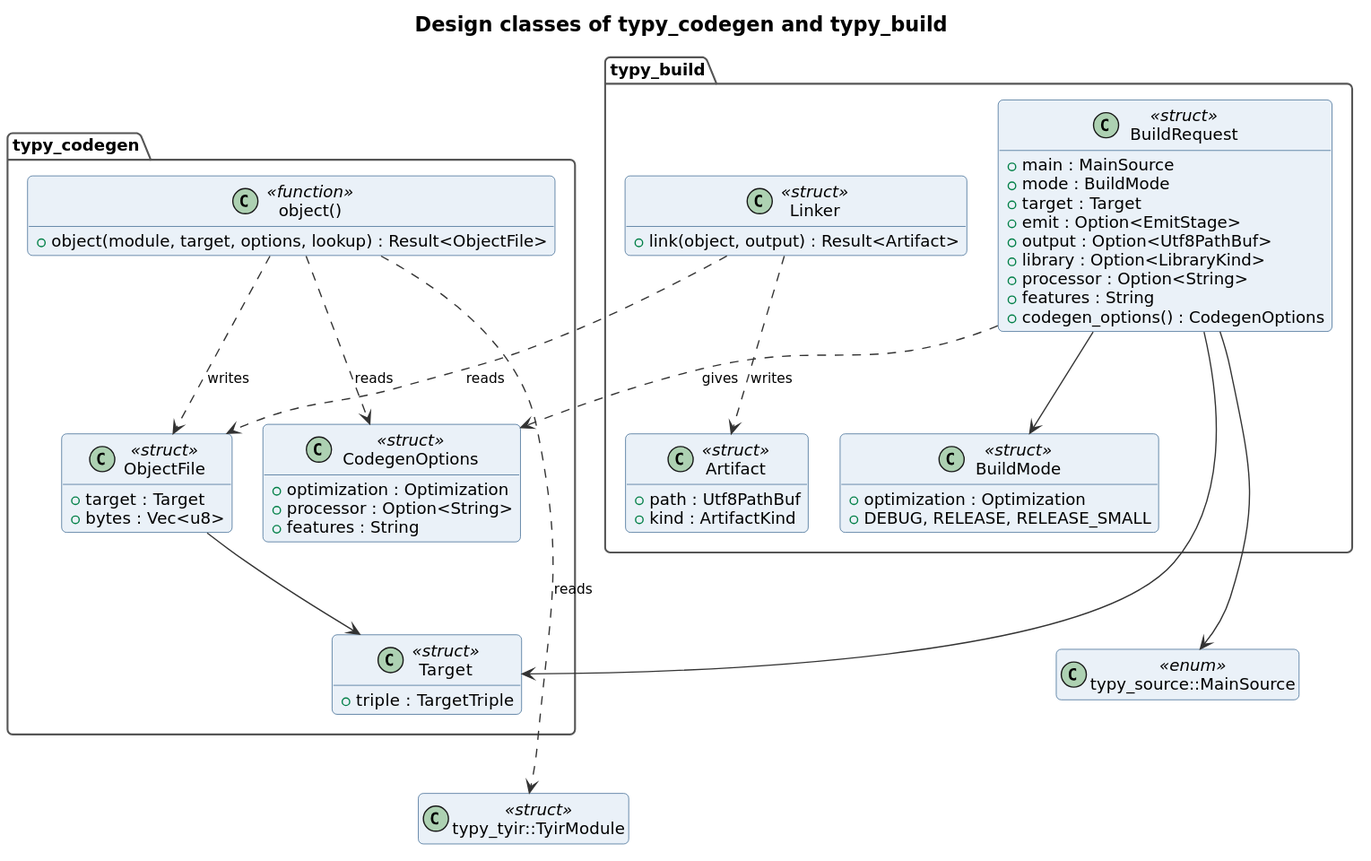
Above: docs/diagrams/class-design-codegen-and-build.svg in typy-lang/typy (PlantUML), before the change. Its source is kept beside it as docs/diagrams/class-design-codegen-and-build.puml.
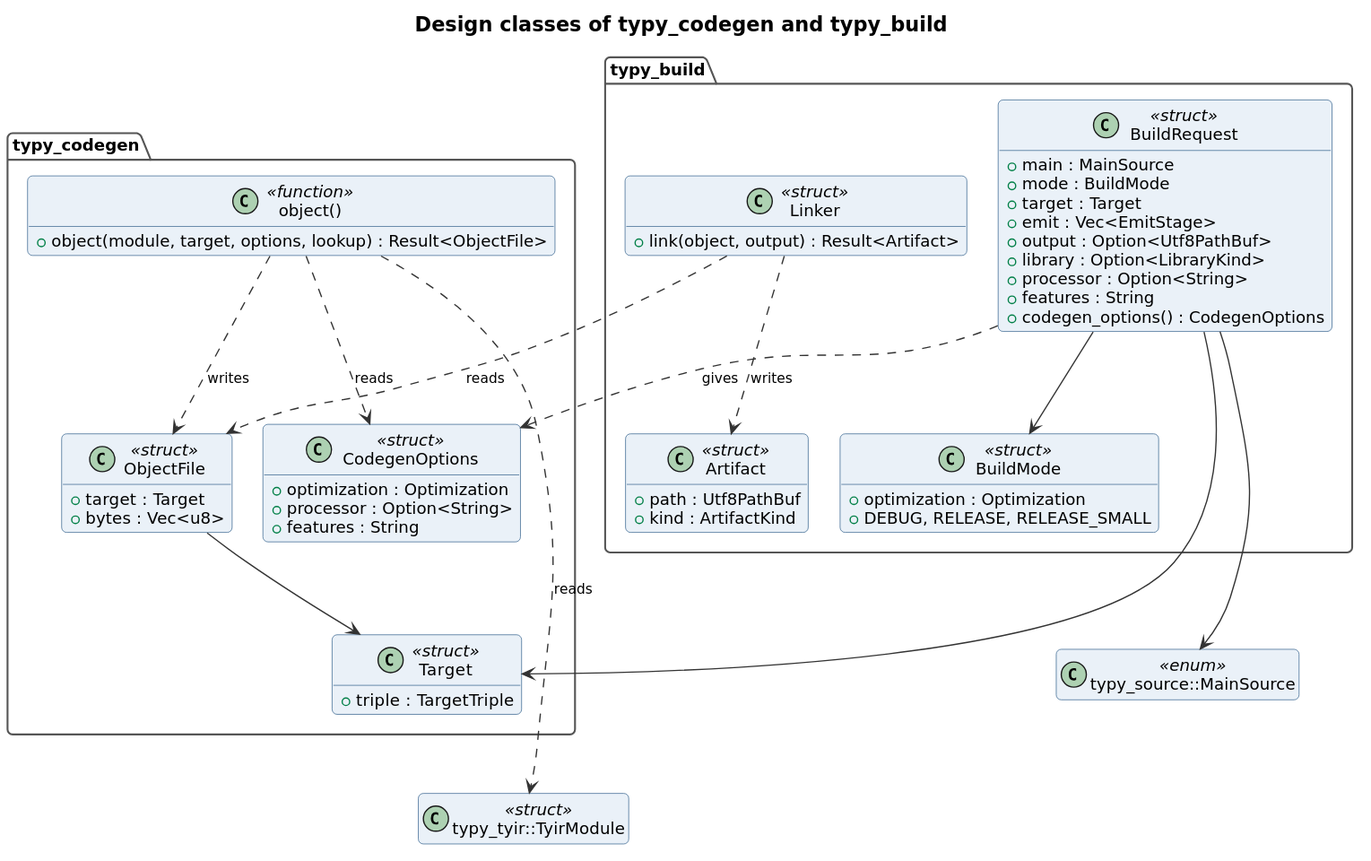
The same diagram one commit later.

Diff of the diagram source:
```diff
@@ -27,7 +27,7 @@
         +main : MainSource
         +mode : BuildMode
         +target : Target
-        +emit : Option<EmitStage>
+        +emit : Vec<EmitStage>
         +output : Option<Utf8PathBuf>
         +library : Option<LibraryKind>
         +processor : Option<String>
```
